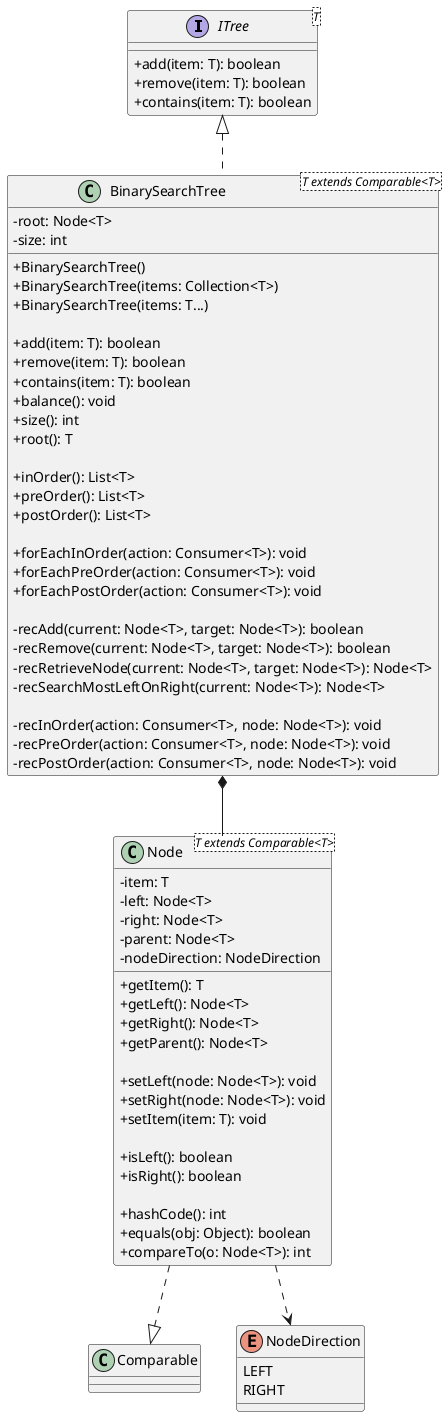
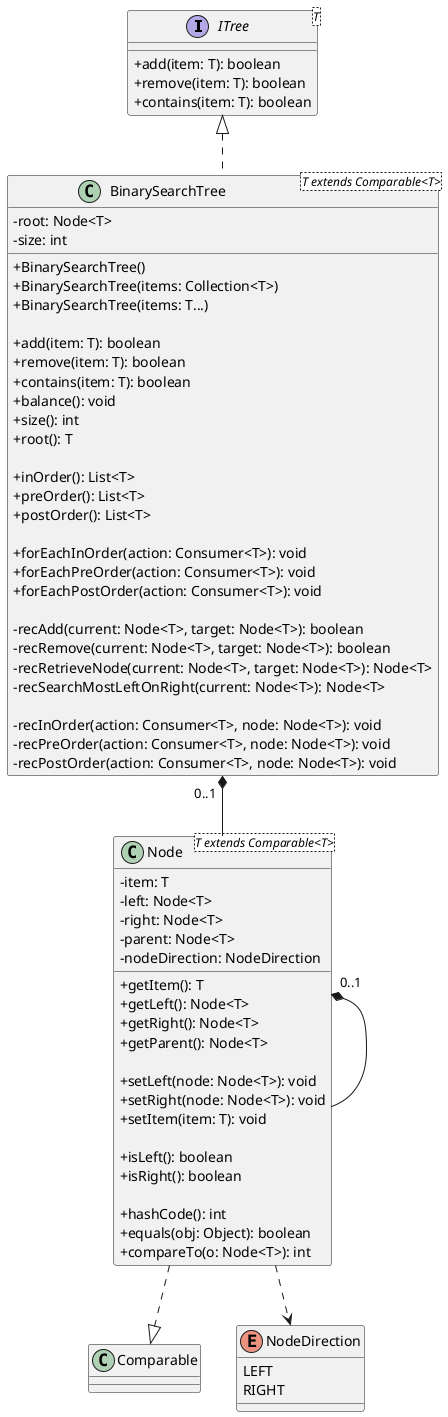
@startuml
'https://plantuml.com/class-diagram
skinparam classAttributeIconSize 0

ITree <|.. BinarySearchTree
- BinarySearchTree *-- Node
+ BinarySearchTree "0..1  " *-- Node
Node ..|> Comparable
Node ..> NodeDirection
+ Node "0..1  " *-- Node
+ 

interface ITree<T> {
    + add(item: T): boolean
    + remove(item: T): boolean
    + contains(item: T): boolean
}

class BinarySearchTree<T extends Comparable<T>> {
    - root: Node<T>
    - size: int

    + BinarySearchTree()
    + BinarySearchTree(items: Collection<T>)
    + BinarySearchTree(items: T...)

    + add(item: T): boolean
    + remove(item: T): boolean
    + contains(item: T): boolean
    + balance(): void
    + size(): int
    + root(): T

    + inOrder(): List<T>
    + preOrder(): List<T>
    + postOrder(): List<T>

    + forEachInOrder(action: Consumer<T>): void
    + forEachPreOrder(action: Consumer<T>): void
    + forEachPostOrder(action: Consumer<T>): void

    - recAdd(current: Node<T>, target: Node<T>): boolean
    - recRemove(current: Node<T>, target: Node<T>): boolean
    - recRetrieveNode(current: Node<T>, target: Node<T>): Node<T>
    - recSearchMostLeftOnRight(current: Node<T>): Node<T>

    - recInOrder(action: Consumer<T>, node: Node<T>): void
    - recPreOrder(action: Consumer<T>, node: Node<T>): void
    - recPostOrder(action: Consumer<T>, node: Node<T>): void
}

class Node<T extends Comparable<T>> {
    - item: T
    - left: Node<T>
    - right: Node<T>
    - parent: Node<T>
    - nodeDirection: NodeDirection

    + getItem(): T
    + getLeft(): Node<T>
    + getRight(): Node<T>
    + getParent(): Node<T>

    + setLeft(node: Node<T>): void
    + setRight(node: Node<T>): void
    + setItem(item: T): void

    + isLeft(): boolean
    + isRight(): boolean

    + hashCode(): int
    + equals(obj: Object): boolean
    + compareTo(o: Node<T>): int
}

enum NodeDirection {
    LEFT
    RIGHT
}

@enduml